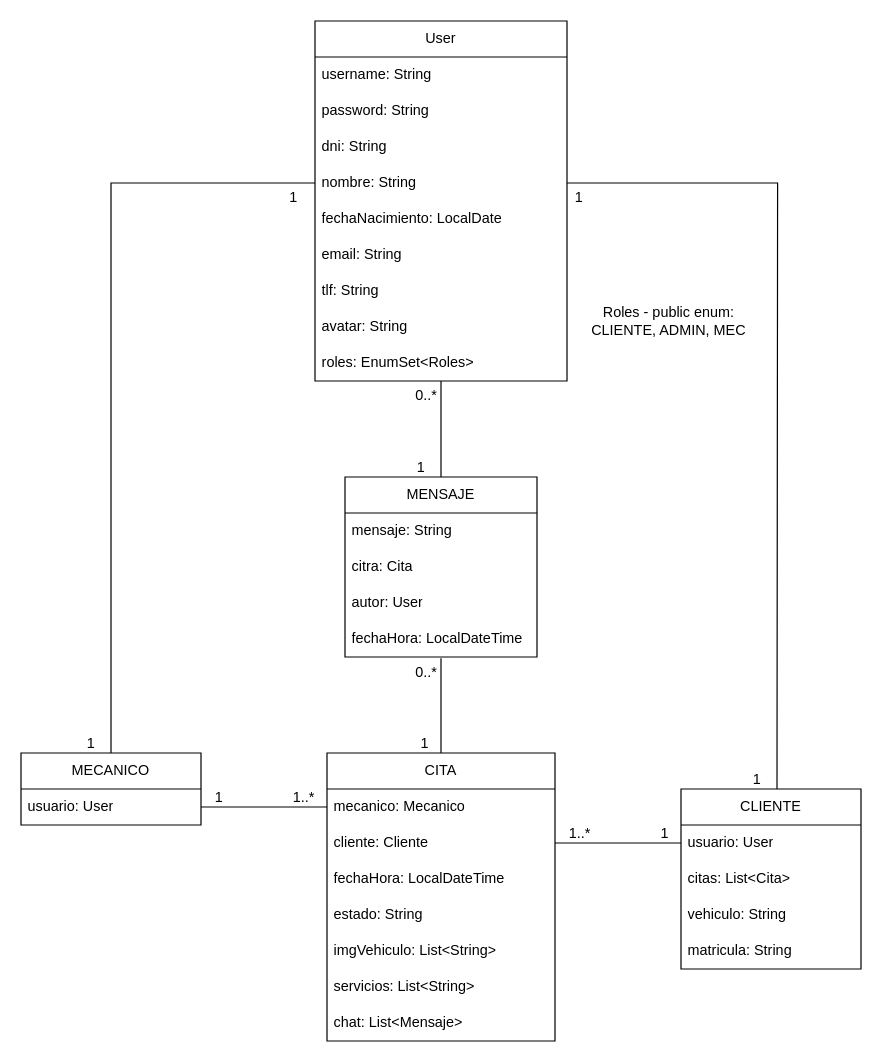
PlayerMario/talleres-ruiz keeps this draw.io diagram as docs/diagrama_clases/Diagrama.drawio. Above is the earlier version. Source tidied: cells renumbered, new cells numbered last; positions are measured from the earlier drawing's top-left corner, leaving out a move shared by most shapes. Both pictures are drawn from the tidied source at 120%, with x=0, y=0 at pixel (20, 20).
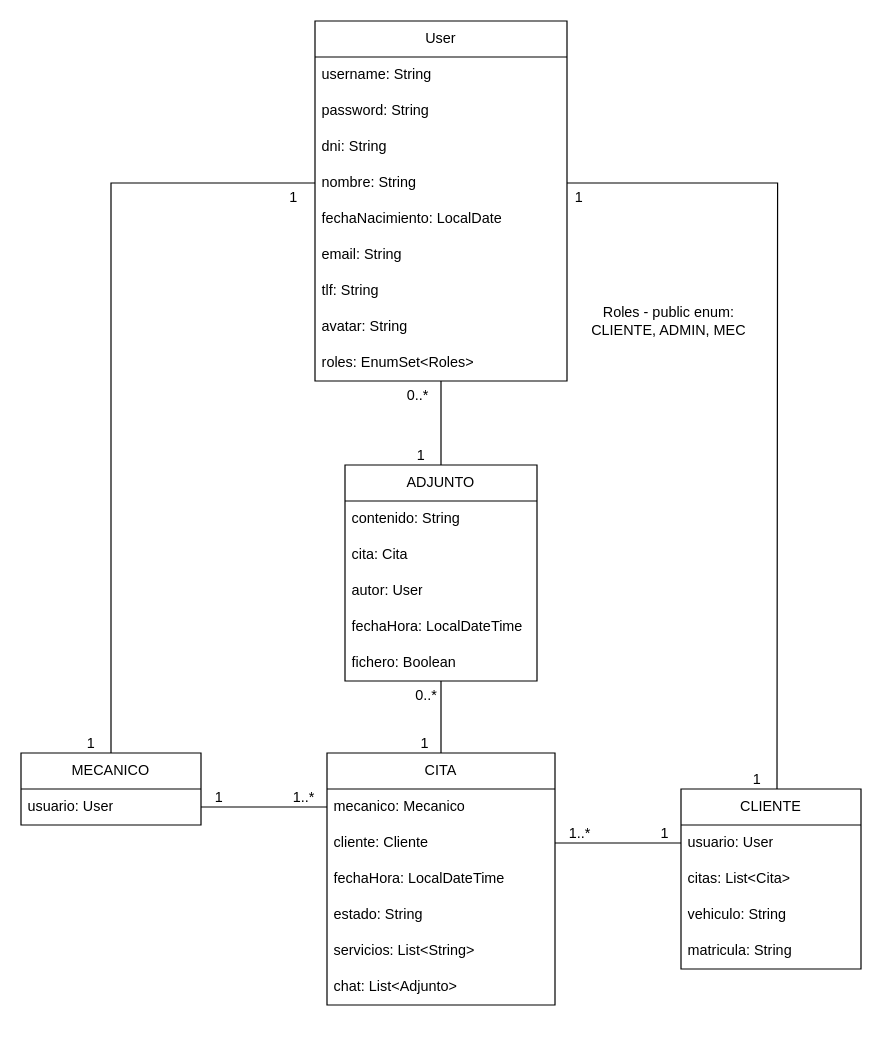
After the change.

The change refers to these unchanged cells:
```xml
<mxCell id="38" value="fechaHora: LocalDateTime" style="text;strokeColor=none;fillColor=none;align=left;verticalAlign=middle;spacingLeft=4;spacingRight=4;overflow=hidden;points=[[0,0.5],[1,0.5]];portConstraint=eastwest;whiteSpace=wrap;html=1;" parent="34" vertex="1">
  <mxGeometry y="120" width="160" height="30" as="geometry" />
</mxCell>
<mxCell id="39" style="endArrow=none;html=1;rounded=0;entryX=0.5;entryY=0;entryDx=0;entryDy=0;" parent="1" edge="1" target="34">
  <mxGeometry relative="1" as="geometry">
    <mxPoint x="350" y="300" as="sourcePoint" />
  </mxGeometry>
</mxCell>
```

The edit, as a diff of the source:
```diff
@@
     <mxCell id="2" value="CITA" style="swimlane;fontStyle=0;horizontal=1;startSize=30;whiteSpace=wrap;html=1;" parent="1" vertex="1">
-      <mxGeometry x="255" y="610" width="190" height="240" as="geometry" />
+      <mxGeometry x="255" y="610" width="190" height="210" as="geometry" />
     </mxCell>
@@
-    <mxCell id="7" value="imgVehiculo: List&amp;lt;String&amp;gt;" style="text;strokeColor=none;fillColor=none;align=left;verticalAlign=middle;spacingLeft=4;spacingRight=4;overflow=hidden;whiteSpace=wrap;html=1;" parent="2" vertex="1">
-      <mxGeometry y="150" width="190" height="30" as="geometry" />
-    </mxCell>
     <mxCell id="8" value="servicios: List&amp;lt;String&amp;gt;" style="text;strokeColor=none;fillColor=none;align=left;verticalAlign=middle;spacingLeft=4;spacingRight=4;overflow=hidden;whiteSpace=wrap;html=1;" parent="2" vertex="1">
-      <mxGeometry y="180" width="190" height="30" as="geometry" />
+      <mxGeometry y="150" width="190" height="30" as="geometry" />
     </mxCell>
-    <mxCell id="9" value="chat: List&amp;lt;Mensaje&amp;gt;" style="text;strokeColor=none;fillColor=none;align=left;verticalAlign=middle;spacingLeft=4;spacingRight=4;overflow=hidden;whiteSpace=wrap;html=1;" parent="2" vertex="1">
-      <mxGeometry y="210" width="190" height="30" as="geometry" />
+    <mxCell id="9" value="chat: List&amp;lt;Adjunto&amp;gt;" style="text;strokeColor=none;fillColor=none;align=left;verticalAlign=middle;spacingLeft=4;spacingRight=4;overflow=hidden;whiteSpace=wrap;html=1;" parent="2" vertex="1">
+      <mxGeometry y="180" width="190" height="30" as="geometry" />
     </mxCell>
@@
-    <mxCell id="34" value="MENSAJE" style="swimlane;fontStyle=0;horizontal=1;startSize=30;whiteSpace=wrap;html=1;" parent="1" vertex="1">
-      <mxGeometry x="270" y="380" width="160" height="150" as="geometry" />
+    <mxCell id="34" value="ADJUNTO" style="swimlane;fontStyle=0;horizontal=1;startSize=30;whiteSpace=wrap;html=1;" parent="1" vertex="1">
+      <mxGeometry x="270" y="370" width="160" height="180" as="geometry" />
     </mxCell>
-    <mxCell id="35" value="mensaje: String" style="text;strokeColor=none;fillColor=none;align=left;verticalAlign=middle;spacingLeft=4;spacingRight=4;overflow=hidden;whiteSpace=wrap;html=1;" parent="34" vertex="1">
+    <mxCell id="35" value="contenido: String" style="text;strokeColor=none;fillColor=none;align=left;verticalAlign=middle;spacingLeft=4;spacingRight=4;overflow=hidden;whiteSpace=wrap;html=1;" parent="34" vertex="1">
       <mxGeometry y="30" width="160" height="30" as="geometry" />
     </mxCell>
-    <mxCell id="36" value="citra: Cita" style="text;strokeColor=none;fillColor=none;align=left;verticalAlign=middle;spacingLeft=4;spacingRight=4;overflow=hidden;whiteSpace=wrap;html=1;" parent="34" vertex="1">
+    <mxCell id="36" value="cita: Cita" style="text;strokeColor=none;fillColor=none;align=left;verticalAlign=middle;spacingLeft=4;spacingRight=4;overflow=hidden;whiteSpace=wrap;html=1;" parent="34" vertex="1">
       <mxGeometry y="60" width="160" height="30" as="geometry" />
     </mxCell>
@@
+    <mxCell id="51" value="fichero: Boolean" style="text;strokeColor=none;fillColor=none;align=left;verticalAlign=middle;spacingLeft=4;spacingRight=4;overflow=hidden;whiteSpace=wrap;html=1;" parent="34" vertex="1">
+      <mxGeometry y="150" width="160" height="30" as="geometry" />
+    </mxCell>
@@
     <mxCell id="40" value="0..*" style="html=1;align=left;verticalAlign=bottom;" parent="39" vertex="1">
       <mxGeometry x="-1" relative="1" as="geometry">
-        <mxPoint x="-23" y="20" as="offset" />
+        <mxPoint x="-30" y="20" as="offset" />
       </mxGeometry>
     </mxCell>
@@
-    <mxCell id="42" style="endArrow=none;html=1;rounded=0;exitX=0.5;exitY=1.033;exitDx=0;exitDy=0;exitPerimeter=0;" parent="1" edge="1" source="38">
+    <mxCell id="42" style="endArrow=none;html=1;rounded=0;" parent="1" edge="1">
       <mxGeometry relative="1" as="geometry">
+        <mxPoint x="350" y="550" as="sourcePoint" />
         <mxPoint x="350" y="610" as="targetPoint" />
       </mxGeometry>
     </mxCell>
```
